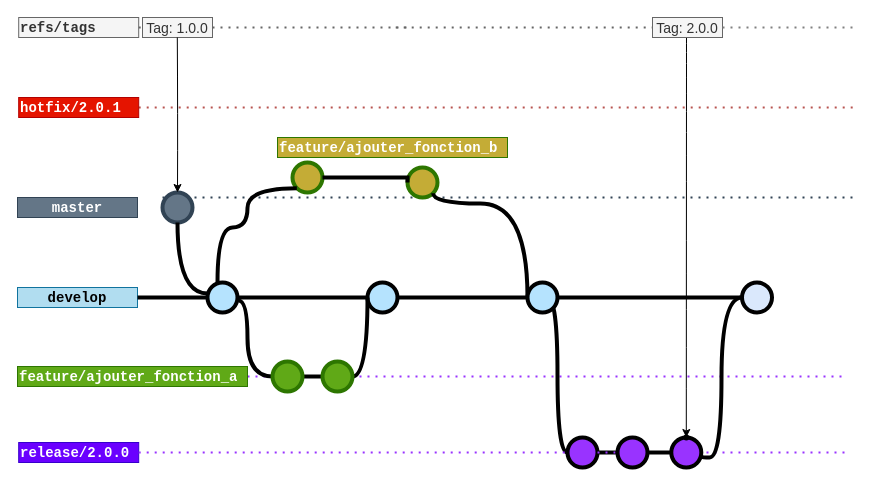
Earlier version of the draw.io diagram page "gitflow et pipeline" (1 of 4) of BP_SAC_gitflow_13_11.drawio (jmrablat/GITFLOW-BP-SAC). Source tidied: cells renumbered, new cells numbered last; positions are measured from the earlier drawing's top-left corner, leaving out a move shared by most shapes. Both pictures are drawn from the tidied source at 100%, with x=0, y=0 at pixel (17, 17).
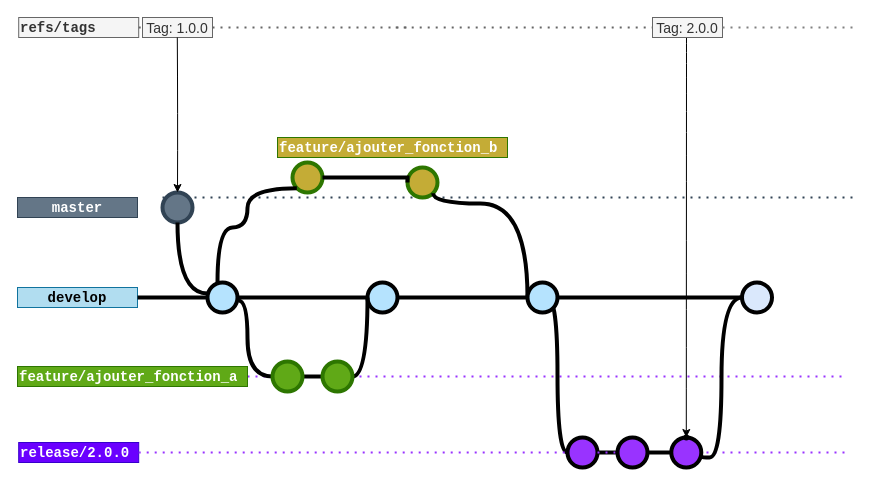
The same page after the edit.

What changed in the source:
```diff
@@
-    <mxCell id="2" style="endArrow=none;dashed=1;html=1;dashPattern=1 3;strokeWidth=2;rounded=0;fontColor=#B85450;exitX=1;exitY=0.5;exitDx=0;exitDy=0;strokeColor=#B85450;" parent="1" edge="1" source="16">
-      <mxGeometry relative="1" as="geometry">
-        <mxPoint x="840" y="90" as="targetPoint" />
-      </mxGeometry>
-    </mxCell>
@@
-    <mxCell id="16" value="hotfix/2.0.1" style="text;html=1;strokeColor=#B20000;fillColor=#e51400;align=left;verticalAlign=middle;whiteSpace=wrap;overflow=hidden;fontSize=14;fontStyle=1;fontFamily=Courier New;fontColor=#ffffff;" parent="1" vertex="1">
-      <mxGeometry x="1.2" y="80" width="120" height="20" as="geometry" />
-    </mxCell>
```
